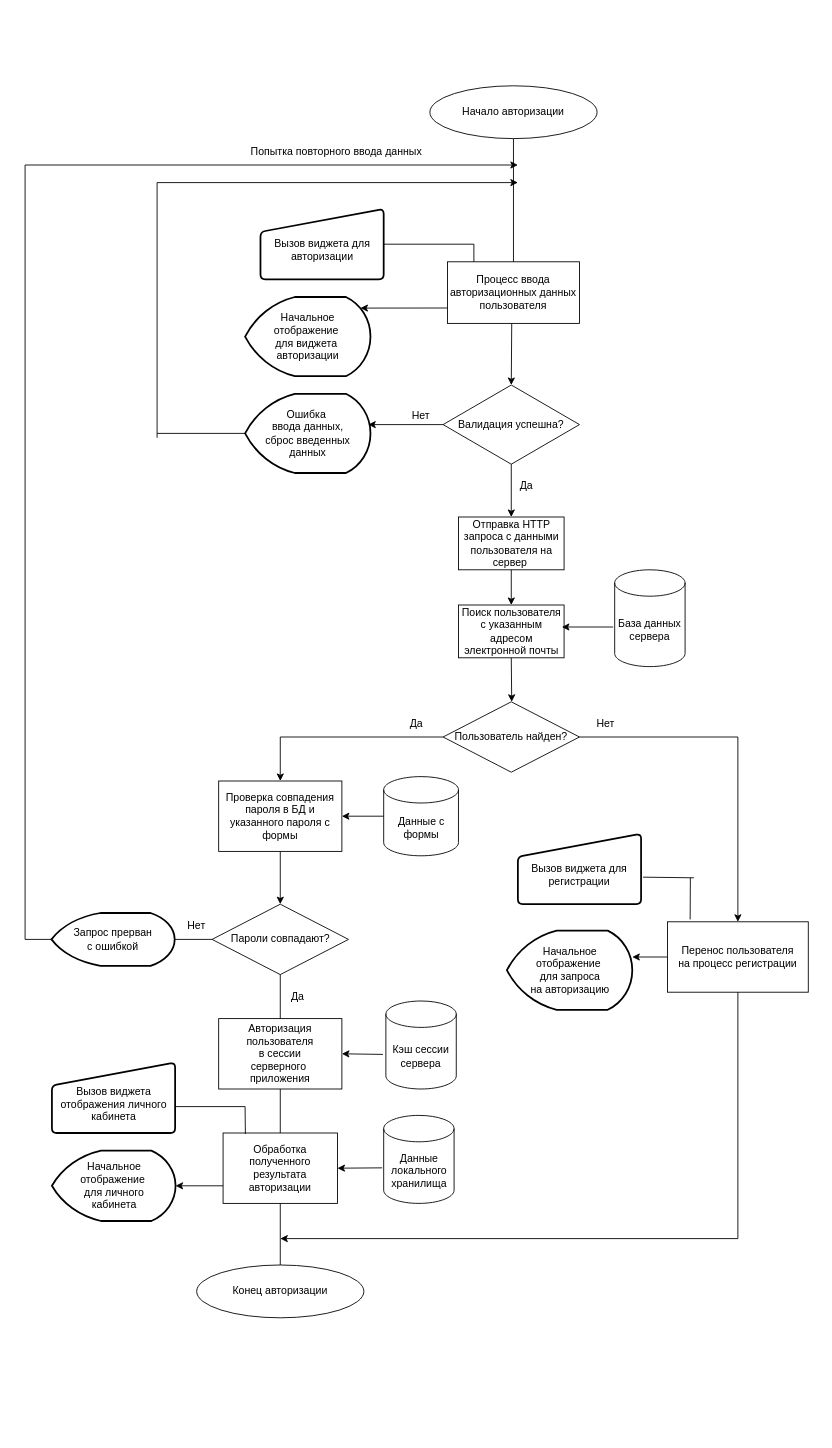
Tigeroff2002/Labs keeps this draw.io diagram as Диплом/login_algoritm.drawio. Above is the earlier version. Source tidied: cells renumbered, new cells numbered last; positions are measured from the earlier drawing's top-left corner, leaving out a move shared by most shapes. Both pictures are drawn from the tidied source at 88%, with x=0, y=0 at pixel (25, 85).
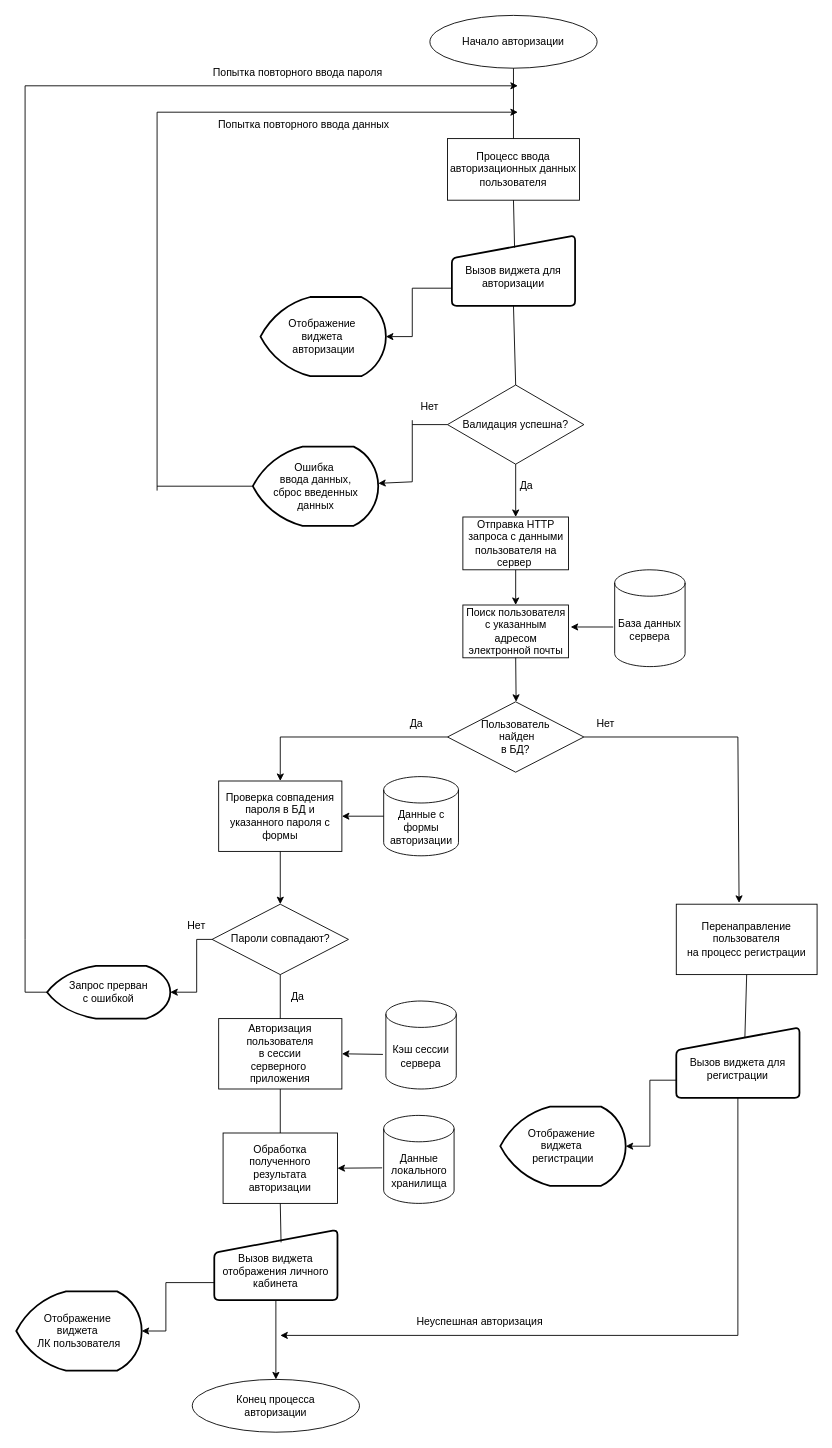
Above is the later version.

Unchanged cells that the change refers to:
```xml
<mxCell id="19" value="Пароли совпадают?" style="rhombus;whiteSpace=wrap;html=1;" parent="1" vertex="1">
  <mxGeometry x="212.5" y="930" width="155" height="80" as="geometry" />
</mxCell>
<mxCell id="24" value="Нет" style="text;html=1;strokeColor=none;fillColor=none;align=center;verticalAlign=middle;whiteSpace=wrap;rounded=0;" parent="1" vertex="1">
  <mxGeometry x="165" y="940" width="60" height="30" as="geometry" />
</mxCell>
<mxCell id="29" value="Обработка полученного&lt;div&gt;результата&lt;/div&gt;&lt;div&gt;авторизации&lt;/div&gt;" style="rounded=0;whiteSpace=wrap;html=1;" parent="1" vertex="1">
  <mxGeometry x="225" y="1190" width="130" height="80" as="geometry" />
</mxCell>
<mxCell id="34" value="База данных сервера" style="shape=cylinder3;whiteSpace=wrap;html=1;boundedLbl=1;backgroundOutline=1;size=15;" parent="1" vertex="1">
  <mxGeometry x="670" y="550" width="80" height="110" as="geometry" />
</mxCell>
```

Change to the diagram source:
```diff
@@
     <mxCell id="2" value="Процесс ввода авторизационных данных пользователя" style="rounded=0;whiteSpace=wrap;html=1;" parent="1" vertex="1">
-      <mxGeometry x="480" y="200" width="150" height="70" as="geometry" />
+      <mxGeometry x="480" y="60" width="150" height="70" as="geometry" />
     </mxCell>
     <mxCell id="3" value="Валидация успешна?" style="rhombus;whiteSpace=wrap;html=1;" parent="1" vertex="1">
-      <mxGeometry x="475" y="340" width="155" height="90" as="geometry" />
+      <mxGeometry x="480" y="340" width="155" height="90" as="geometry" />
     </mxCell>
     <mxCell id="4" value="Поиск пользователя с указанным адресом электронной почты" style="rounded=0;whiteSpace=wrap;html=1;" parent="1" vertex="1">
-      <mxGeometry x="492.5" y="590" width="120" height="60" as="geometry" />
+      <mxGeometry x="497.5" y="590" width="120" height="60" as="geometry" />
     </mxCell>
-    <mxCell id="5" style="endArrow=classic;html=1;rounded=0;entryX=0.5;entryY=0;entryDx=0;entryDy=0;" parent="1" edge="1" target="3">
-      <mxGeometry relative="1" as="geometry">
-        <mxPoint x="553" y="270" as="sourcePoint" />
-      </mxGeometry>
-    </mxCell>
@@
     <mxCell id="7" value="Нет" style="text;html=1;strokeColor=none;fillColor=none;align=center;verticalAlign=middle;whiteSpace=wrap;rounded=0;" parent="1" vertex="1">
-      <mxGeometry x="420" y="360" width="60" height="30" as="geometry" />
+      <mxGeometry x="430" y="350" width="60" height="30" as="geometry" />
     </mxCell>
@@
-    <mxCell id="9" value="Пользователь найден?" style="rhombus;whiteSpace=wrap;html=1;" parent="1" vertex="1">
-      <mxGeometry x="475" y="700" width="155" height="80" as="geometry" />
+    <mxCell id="9" value="Пользователь&lt;div&gt;&amp;nbsp;найден&lt;div&gt;в БД?&lt;/div&gt;&lt;/div&gt;" style="rhombus;whiteSpace=wrap;html=1;" parent="1" vertex="1">
+      <mxGeometry x="480" y="700" width="155" height="80" as="geometry" />
     </mxCell>
     <mxCell id="10" style="endArrow=classic;html=1;rounded=0;exitX=0.5;exitY=1;exitDx=0;exitDy=0;" parent="1" edge="1" source="4">
       <mxGeometry relative="1" as="geometry">
-        <mxPoint x="553" y="700" as="targetPoint" />
+        <mxPoint x="558" y="700" as="targetPoint" />
       </mxGeometry>
     </mxCell>
@@
-    <mxCell id="12" value="Перенос пользователя&lt;div&gt;на процесс регистрации&lt;/div&gt;" style="rounded=0;whiteSpace=wrap;html=1;" parent="1" vertex="1">
-      <mxGeometry x="730" y="950" width="160" height="80" as="geometry" />
+    <mxCell id="12" value="Перенаправление&lt;div&gt;пользователя&lt;div&gt;на процесс регистрации&lt;/div&gt;&lt;/div&gt;" style="rounded=0;whiteSpace=wrap;html=1;" parent="1" vertex="1">
+      <mxGeometry x="740" y="930" width="160" height="80" as="geometry" />
     </mxCell>
@@
-    <mxCell id="16" style="endArrow=classic;html=1;rounded=0;entryX=0.5;entryY=0;entryDx=0;entryDy=0;" parent="1" edge="1" target="12">
+    <mxCell id="16" style="endArrow=classic;html=1;rounded=0;entryX=0.446;entryY=-0.019;entryDx=0;entryDy=0;entryPerimeter=0;" parent="1" edge="1" target="12">
       <mxGeometry relative="1" as="geometry">
         <mxPoint x="810" y="740" as="sourcePoint" />
       </mxGeometry>
     </mxCell>
@@
-    <mxCell id="21" style="endArrow=none;html=1;rounded=0;exitX=0;exitY=0.5;exitDx=0;exitDy=0;" parent="1" edge="1" source="19">
-      <mxGeometry relative="1" as="geometry">
-        <mxPoint x="140" y="970" as="targetPoint" />
-      </mxGeometry>
+    <mxCell id="21" style="endArrow=none;html=1;rounded=0;exitX=0;exitY=0.5;exitDx=0;exitDy=0;entryX=0.5;entryY=1;entryDx=0;entryDy=0;" parent="1" edge="1" source="19" target="24">
+      <mxGeometry relative="1" as="geometry" />
     </mxCell>
     <mxCell id="22" style="endArrow=none;html=1;rounded=0;" parent="1" edge="1">
       <mxGeometry relative="1" as="geometry">
         <mxPoint y="970" as="sourcePoint" />
-        <mxPoint y="90" as="targetPoint" />
+        <mxPoint as="targetPoint" />
       </mxGeometry>
     </mxCell>
     <mxCell id="23" style="endArrow=classic;html=1;rounded=0;" parent="1" edge="1">
       <mxGeometry relative="1" as="geometry">
-        <mxPoint y="90" as="sourcePoint" />
-        <mxPoint x="560" y="90" as="targetPoint" />
+        <mxPoint as="sourcePoint" />
+        <mxPoint x="560" as="targetPoint" />
       </mxGeometry>
     </mxCell>
@@
-    <mxCell id="28" style="endArrow=none;html=1;rounded=0;entryX=0.5;entryY=1;entryDx=0;entryDy=0;" parent="1" edge="1" target="12">
+    <mxCell id="28" style="endArrow=none;html=1;rounded=0;entryX=0.5;entryY=1;entryDx=0;entryDy=0;" parent="1" edge="1" target="50">
       <mxGeometry relative="1" as="geometry">
-        <mxPoint x="810" y="1310" as="sourcePoint" />
+        <mxPoint x="810" y="1420" as="sourcePoint" />
       </mxGeometry>
     </mxCell>
@@
     <mxCell id="31" value="Отправка HTTP запроса с данными пользователя на сервер&amp;nbsp;" style="rounded=0;whiteSpace=wrap;html=1;" parent="1" vertex="1">
-      <mxGeometry x="492.5" y="490" width="120" height="60" as="geometry" />
+      <mxGeometry x="497.5" y="490" width="120" height="60" as="geometry" />
     </mxCell>
     <mxCell id="32" value="Начало авторизации" style="ellipse;whiteSpace=wrap;html=1;" parent="1" vertex="1">
-      <mxGeometry x="460" width="190" height="60" as="geometry" />
+      <mxGeometry x="460" y="-80" width="190" height="60" as="geometry" />
     </mxCell>
-    <mxCell id="33" value="Конец авторизации" style="ellipse;whiteSpace=wrap;html=1;" parent="1" vertex="1">
-      <mxGeometry x="195" y="1340" width="190" height="60" as="geometry" />
+    <mxCell id="33" value="Конец процесса&lt;div&gt;авторизации&lt;/div&gt;" style="ellipse;whiteSpace=wrap;html=1;" parent="1" vertex="1">
+      <mxGeometry x="190" y="1470" width="190" height="60" as="geometry" />
     </mxCell>
@@
     <mxCell id="35" value="&lt;div&gt;&lt;br&gt;&lt;/div&gt;&lt;div&gt;Вызов виджета для&lt;/div&gt;&lt;div&gt;авторизации&lt;/div&gt;" style="html=1;strokeWidth=2;shape=manualInput;whiteSpace=wrap;rounded=1;size=26;arcSize=11;" parent="1" vertex="1">
-      <mxGeometry x="267.5" y="140" width="140" height="80" as="geometry" />
+      <mxGeometry x="485" y="170" width="140" height="80" as="geometry" />
     </mxCell>
-    <mxCell id="36" style="endArrow=none;html=1;rounded=0;entryX=0.5;entryY=1;entryDx=0;entryDy=0;" parent="1" edge="1" source="2" target="32">
+    <mxCell id="36" style="endArrow=none;html=1;rounded=0;entryX=0.5;entryY=1;entryDx=0;entryDy=0;exitX=0.5;exitY=0;exitDx=0;exitDy=0;" parent="1" edge="1" source="2" target="32">
       <mxGeometry relative="1" as="geometry" />
     </mxCell>
-    <mxCell id="37" style="endArrow=none;html=1;rounded=0;entryX=1;entryY=0.5;entryDx=0;entryDy=0;" parent="1" edge="1" target="35">
-      <mxGeometry relative="1" as="geometry">
-        <mxPoint x="510" y="180" as="sourcePoint" />
-      </mxGeometry>
-    </mxCell>
-    <mxCell id="38" value="Начальное&lt;div&gt;отображение&amp;nbsp;&lt;/div&gt;&lt;div&gt;для виджета&amp;nbsp;&lt;/div&gt;&lt;div&gt;авторизации&lt;/div&gt;" style="strokeWidth=2;html=1;shape=mxgraph.flowchart.display;whiteSpace=wrap;" parent="1" vertex="1">
-      <mxGeometry x="250" y="240" width="142.5" height="90" as="geometry" />
+    <mxCell id="38" value="&lt;div&gt;Отображение&amp;nbsp;&lt;/div&gt;&lt;div&gt;виджета&amp;nbsp;&lt;/div&gt;&lt;div&gt;авторизации&lt;/div&gt;" style="strokeWidth=2;html=1;shape=mxgraph.flowchart.display;whiteSpace=wrap;" parent="1" vertex="1">
+      <mxGeometry x="267.5" y="240" width="142.5" height="90" as="geometry" />
     </mxCell>
-    <mxCell id="39" style="endArrow=classic;html=1;rounded=0;exitX=0;exitY=0.75;exitDx=0;exitDy=0;entryX=0.92;entryY=0.14;entryDx=0;entryDy=0;entryPerimeter=0;" parent="1" edge="1" source="2" target="38">
-      <mxGeometry relative="1" as="geometry" />
-    </mxCell>
-    <mxCell id="40" style="endArrow=none;html=1;rounded=0;" parent="1" edge="1">
-      <mxGeometry relative="1" as="geometry">
-        <mxPoint x="510" y="200" as="sourcePoint" />
-        <mxPoint x="510" y="180" as="targetPoint" />
-      </mxGeometry>
-    </mxCell>
     <mxCell id="41" value="Ошибка&amp;nbsp;&lt;div&gt;ввода данных,&lt;div&gt;сброс введенных данных&lt;/div&gt;&lt;/div&gt;" style="strokeWidth=2;html=1;shape=mxgraph.flowchart.display;whiteSpace=wrap;" parent="1" vertex="1">
-      <mxGeometry x="250" y="350" width="142.5" height="90" as="geometry" />
+      <mxGeometry x="258.8" y="410" width="142.5" height="90" as="geometry" />
     </mxCell>
-    <mxCell id="42" style="endArrow=classic;html=1;rounded=0;exitX=0;exitY=0.5;exitDx=0;exitDy=0;entryX=0.982;entryY=0.389;entryDx=0;entryDy=0;entryPerimeter=0;" parent="1" edge="1" source="3" target="41">
-      <mxGeometry relative="1" as="geometry" />
-    </mxCell>
     <mxCell id="43" style="endArrow=none;html=1;rounded=0;exitX=0;exitY=0.5;exitDx=0;exitDy=0;exitPerimeter=0;" parent="1" edge="1" source="41">
       <mxGeometry relative="1" as="geometry">
-        <mxPoint x="150" y="395" as="targetPoint" />
+        <mxPoint x="150" y="455" as="targetPoint" />
       </mxGeometry>
     </mxCell>
     <mxCell id="44" style="endArrow=none;html=1;rounded=0;" parent="1" edge="1">
       <mxGeometry relative="1" as="geometry">
-        <mxPoint x="150" y="400" as="sourcePoint" />
-        <mxPoint x="150" y="110" as="targetPoint" />
+        <mxPoint x="150" y="460" as="sourcePoint" />
+        <mxPoint x="150" y="30" as="targetPoint" />
       </mxGeometry>
     </mxCell>
     <mxCell id="45" style="endArrow=classic;html=1;rounded=0;" parent="1" edge="1">
       <mxGeometry relative="1" as="geometry">
-        <mxPoint x="150" y="110" as="sourcePoint" />
-        <mxPoint x="560" y="110" as="targetPoint" />
+        <mxPoint x="150" y="30" as="sourcePoint" />
+        <mxPoint x="560" y="30" as="targetPoint" />
       </mxGeometry>
     </mxCell>
-    <mxCell id="46" value="Данные с формы" style="shape=cylinder3;whiteSpace=wrap;html=1;boundedLbl=1;backgroundOutline=1;size=15;" parent="1" vertex="1">
+    <mxCell id="46" value="Данные с формы&lt;div&gt;авторизации&lt;/div&gt;" style="shape=cylinder3;whiteSpace=wrap;html=1;boundedLbl=1;backgroundOutline=1;size=15;" parent="1" vertex="1">
       <mxGeometry x="407.5" y="785" width="85" height="90" as="geometry" />
     </mxCell>
     <mxCell id="47" value="Запрос прерван&lt;div&gt;с ошибкой&lt;/div&gt;" style="strokeWidth=2;html=1;shape=mxgraph.flowchart.display;whiteSpace=wrap;" parent="1" vertex="1">
-      <mxGeometry x="30" y="940" width="140" height="60" as="geometry" />
+      <mxGeometry x="25" y="1000" width="140" height="60" as="geometry" />
     </mxCell>
-    <mxCell id="48" style="endArrow=none;html=1;rounded=0;" parent="1" edge="1" target="47">
+    <mxCell id="48" style="endArrow=none;html=1;rounded=0;" parent="1" edge="1">
       <mxGeometry relative="1" as="geometry">
         <mxPoint y="970" as="sourcePoint" />
+        <mxPoint y="1030" as="targetPoint" />
       </mxGeometry>
     </mxCell>
@@
     <mxCell id="50" value="&lt;div&gt;&lt;br&gt;&lt;/div&gt;&lt;div&gt;Вызов виджета для&lt;/div&gt;&lt;div&gt;регистрации&lt;/div&gt;" style="html=1;strokeWidth=2;shape=manualInput;whiteSpace=wrap;rounded=1;size=26;arcSize=11;" parent="1" vertex="1">
-      <mxGeometry x="560" y="850" width="140" height="80" as="geometry" />
+      <mxGeometry x="740" y="1070" width="140" height="80" as="geometry" />
     </mxCell>
-    <mxCell id="51" value="Начальное&lt;div&gt;отображение&amp;nbsp;&lt;/div&gt;&lt;div&gt;для запроса&lt;/div&gt;&lt;div&gt;на авторизацию&lt;/div&gt;" style="strokeWidth=2;html=1;shape=mxgraph.flowchart.display;whiteSpace=wrap;" parent="1" vertex="1">
-      <mxGeometry x="547.5" y="960" width="142.5" height="90" as="geometry" />
-    </mxCell>
-    <mxCell id="52" style="endArrow=none;html=1;rounded=0;entryX=0.161;entryY=-0.034;entryDx=0;entryDy=0;entryPerimeter=0;" parent="1" edge="1" target="12">
-      <mxGeometry relative="1" as="geometry">
-        <mxPoint x="756" y="900" as="sourcePoint" />
-      </mxGeometry>
-    </mxCell>
-    <mxCell id="53" style="endArrow=none;html=1;rounded=0;exitX=1.016;exitY=0.616;exitDx=0;exitDy=0;exitPerimeter=0;" parent="1" edge="1" source="50">
-      <mxGeometry relative="1" as="geometry">
-        <mxPoint x="760" y="900" as="targetPoint" />
-      </mxGeometry>
-    </mxCell>
-    <mxCell id="54" style="endArrow=classic;html=1;rounded=0;exitX=0;exitY=0.5;exitDx=0;exitDy=0;" parent="1" edge="1" source="12">
-      <mxGeometry relative="1" as="geometry">
-        <mxPoint x="690" y="990" as="targetPoint" />
-      </mxGeometry>
-    </mxCell>
@@
     <mxCell id="57" style="endArrow=classic;html=1;rounded=0;exitX=-0.021;exitY=0.591;exitDx=0;exitDy=0;exitPerimeter=0;" parent="1" edge="1" source="34">
       <mxGeometry relative="1" as="geometry">
-        <mxPoint x="610" y="615" as="targetPoint" />
+        <mxPoint x="620" y="615" as="targetPoint" />
       </mxGeometry>
     </mxCell>
@@
     <mxCell id="61" value="&lt;div&gt;&lt;br&gt;&lt;/div&gt;&lt;div&gt;Вызов виджета&lt;/div&gt;&lt;div&gt;отображения личного&lt;/div&gt;&lt;div&gt;кабинета&lt;/div&gt;" style="html=1;strokeWidth=2;shape=manualInput;whiteSpace=wrap;rounded=1;size=26;arcSize=11;" parent="1" vertex="1">
-      <mxGeometry x="30.5" y="1110" width="140" height="80" as="geometry" />
+      <mxGeometry x="215" y="1300" width="140" height="80" as="geometry" />
     </mxCell>
-    <mxCell id="62" value="Начальное&lt;div&gt;отображение&amp;nbsp;&lt;/div&gt;&lt;div&gt;для личного&lt;/div&gt;&lt;div&gt;кабинета&lt;/div&gt;" style="strokeWidth=2;html=1;shape=mxgraph.flowchart.display;whiteSpace=wrap;" parent="1" vertex="1">
-      <mxGeometry x="30.5" y="1210" width="140.5" height="80" as="geometry" />
-    </mxCell>
-    <mxCell id="63" style="endArrow=none;html=1;rounded=0;" parent="1" edge="1">
-      <mxGeometry relative="1" as="geometry">
-        <mxPoint x="250" y="1160" as="sourcePoint" />
-        <mxPoint x="170" y="1160" as="targetPoint" />
-      </mxGeometry>
-    </mxCell>
-    <mxCell id="64" style="endArrow=none;html=1;rounded=0;exitX=0.195;exitY=0.013;exitDx=0;exitDy=0;exitPerimeter=0;" parent="1" edge="1" source="29">
-      <mxGeometry relative="1" as="geometry">
-        <mxPoint x="250" y="1160" as="targetPoint" />
-      </mxGeometry>
-    </mxCell>
-    <mxCell id="65" style="endArrow=classic;html=1;rounded=0;exitX=0;exitY=0.75;exitDx=0;exitDy=0;entryX=1;entryY=0.5;entryDx=0;entryDy=0;entryPerimeter=0;" parent="1" edge="1" source="29" target="62">
-      <mxGeometry relative="1" as="geometry" />
-    </mxCell>
-    <mxCell id="66" style="endArrow=none;html=1;rounded=0;entryX=0.5;entryY=1;entryDx=0;entryDy=0;exitX=0.5;exitY=0;exitDx=0;exitDy=0;" parent="1" edge="1" source="33" target="29">
-      <mxGeometry relative="1" as="geometry" />
-    </mxCell>
     <mxCell id="67" style="endArrow=classic;html=1;rounded=0;" parent="1" edge="1">
       <mxGeometry relative="1" as="geometry">
-        <mxPoint x="810" y="1310" as="sourcePoint" />
-        <mxPoint x="290" y="1310" as="targetPoint" />
+        <mxPoint x="810" y="1420" as="sourcePoint" />
+        <mxPoint x="290" y="1420" as="targetPoint" />
       </mxGeometry>
     </mxCell>
     <mxCell id="68" value="Попытка повторного ввода данных" style="text;html=1;align=center;verticalAlign=middle;whiteSpace=wrap;rounded=0;" parent="1" vertex="1">
-      <mxGeometry x="240" y="60" width="227.5" height="30" as="geometry" />
+      <mxGeometry x="202.5" y="30" width="227.5" height="30" as="geometry" />
     </mxCell>
+    <mxCell id="69" style="endArrow=none;html=1;rounded=0;entryX=0;entryY=0.5;entryDx=0;entryDy=0;" parent="1" edge="1" target="3">
+      <mxGeometry relative="1" as="geometry">
+        <mxPoint x="440" y="385" as="sourcePoint" />
+      </mxGeometry>
+    </mxCell>
+    <mxCell id="70" style="endArrow=none;html=1;rounded=0;" parent="1" edge="1">
+      <mxGeometry relative="1" as="geometry">
+        <mxPoint x="440" y="450" as="sourcePoint" />
+        <mxPoint x="440" y="380" as="targetPoint" />
+      </mxGeometry>
+    </mxCell>
+    <mxCell id="71" style="endArrow=classic;html=1;rounded=0;" parent="1" edge="1" target="41">
+      <mxGeometry relative="1" as="geometry">
+        <mxPoint x="440" y="450" as="sourcePoint" />
+      </mxGeometry>
+    </mxCell>
+    <mxCell id="72" style="endArrow=none;html=1;rounded=0;entryX=0;entryY=0.5;entryDx=0;entryDy=0;entryPerimeter=0;" parent="1" edge="1" target="47">
+      <mxGeometry relative="1" as="geometry">
+        <mxPoint y="1030" as="sourcePoint" />
+      </mxGeometry>
+    </mxCell>
+    <mxCell id="73" style="endArrow=classic;html=1;rounded=0;exitX=0.5;exitY=1;exitDx=0;exitDy=0;entryX=1;entryY=0.5;entryDx=0;entryDy=0;entryPerimeter=0;" parent="1" edge="1" source="24" target="47">
+      <mxGeometry relative="1" as="geometry">
+        <Array as="points">
+          <mxPoint x="195" y="1030" />
+        </Array>
+      </mxGeometry>
+    </mxCell>
+    <mxCell id="74" style="endArrow=none;html=1;rounded=0;exitX=0.557;exitY=0.137;exitDx=0;exitDy=0;exitPerimeter=0;entryX=0.5;entryY=1;entryDx=0;entryDy=0;" parent="1" edge="1" source="50" target="12">
+      <mxGeometry relative="1" as="geometry" />
+    </mxCell>
+    <mxCell id="75" style="endArrow=none;html=1;rounded=0;entryX=0.5;entryY=1;entryDx=0;entryDy=0;exitX=0.542;exitY=0.179;exitDx=0;exitDy=0;exitPerimeter=0;" parent="1" edge="1" source="61" target="29">
+      <mxGeometry relative="1" as="geometry" />
+    </mxCell>
+    <mxCell id="76" style="endArrow=classic;html=1;rounded=0;exitX=0.5;exitY=1;exitDx=0;exitDy=0;entryX=0.5;entryY=0;entryDx=0;entryDy=0;" parent="1" edge="1" source="61" target="33">
+      <mxGeometry relative="1" as="geometry" />
+    </mxCell>
+    <mxCell id="77" style="endArrow=none;html=1;rounded=0;entryX=0.5;entryY=1;entryDx=0;entryDy=0;exitX=0.509;exitY=0.175;exitDx=0;exitDy=0;exitPerimeter=0;" parent="1" edge="1" source="35" target="2">
+      <mxGeometry relative="1" as="geometry" />
+    </mxCell>
+    <mxCell id="78" style="endArrow=classic;html=1;rounded=0;exitX=0;exitY=0.75;exitDx=0;exitDy=0;entryX=1;entryY=0.5;entryDx=0;entryDy=0;entryPerimeter=0;" parent="1" edge="1" source="35" target="38">
+      <mxGeometry relative="1" as="geometry">
+        <Array as="points">
+          <mxPoint x="440" y="230" />
+          <mxPoint x="440" y="285" />
+        </Array>
+      </mxGeometry>
+    </mxCell>
+    <mxCell id="79" style="endArrow=none;html=1;rounded=0;entryX=0.5;entryY=1;entryDx=0;entryDy=0;exitX=0.5;exitY=0;exitDx=0;exitDy=0;" parent="1" edge="1" source="3" target="35">
+      <mxGeometry relative="1" as="geometry" />
+    </mxCell>
+    <mxCell id="80" value="&lt;div&gt;Отображение&amp;nbsp;&lt;/div&gt;&lt;div&gt;виджета&amp;nbsp;&lt;/div&gt;&lt;div&gt;регистрации&lt;/div&gt;" style="strokeWidth=2;html=1;shape=mxgraph.flowchart.display;whiteSpace=wrap;" parent="1" vertex="1">
+      <mxGeometry x="540" y="1160" width="142.5" height="90" as="geometry" />
+    </mxCell>
+    <mxCell id="81" style="endArrow=classic;html=1;rounded=0;exitX=0;exitY=0.75;exitDx=0;exitDy=0;entryX=1;entryY=0.5;entryDx=0;entryDy=0;entryPerimeter=0;" parent="1" edge="1" source="50" target="80">
+      <mxGeometry relative="1" as="geometry">
+        <Array as="points">
+          <mxPoint x="710" y="1130" />
+          <mxPoint x="710" y="1205" />
+        </Array>
+      </mxGeometry>
+    </mxCell>
+    <mxCell id="82" value="&lt;div&gt;Отображение&amp;nbsp;&lt;/div&gt;&lt;div&gt;виджета&amp;nbsp;&lt;/div&gt;&lt;div&gt;ЛК пользователя&lt;/div&gt;" style="strokeWidth=2;html=1;shape=mxgraph.flowchart.display;whiteSpace=wrap;" parent="1" vertex="1">
+      <mxGeometry x="-10" y="1370" width="142.5" height="90" as="geometry" />
+    </mxCell>
+    <mxCell id="83" value="Попытка повторного ввода пароля" style="text;html=1;align=center;verticalAlign=middle;whiteSpace=wrap;rounded=0;" parent="1" vertex="1">
+      <mxGeometry x="196.2" y="-30" width="227.5" height="30" as="geometry" />
+    </mxCell>
+    <mxCell id="84" style="endArrow=classic;html=1;rounded=0;exitX=0;exitY=0.75;exitDx=0;exitDy=0;entryX=1;entryY=0.5;entryDx=0;entryDy=0;entryPerimeter=0;" parent="1" edge="1" source="61" target="82">
+      <mxGeometry relative="1" as="geometry">
+        <Array as="points">
+          <mxPoint x="160" y="1360" />
+          <mxPoint x="160" y="1415" />
+        </Array>
+      </mxGeometry>
+    </mxCell>
+    <mxCell id="85" value="Неуспешная авторизация" style="text;html=1;align=center;verticalAlign=middle;whiteSpace=wrap;rounded=0;" parent="1" vertex="1">
+      <mxGeometry x="402.5" y="1390" width="227.5" height="30" as="geometry" />
+    </mxCell>
```
